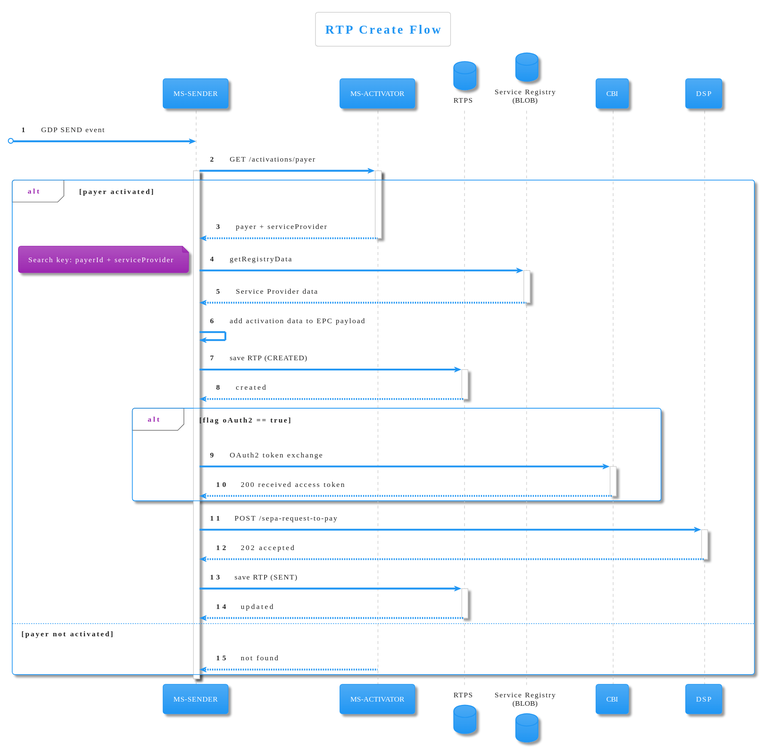
The PlantUML diagram diagrams/create-rtp.svg in pagopa/rtp-docs, before a commit.
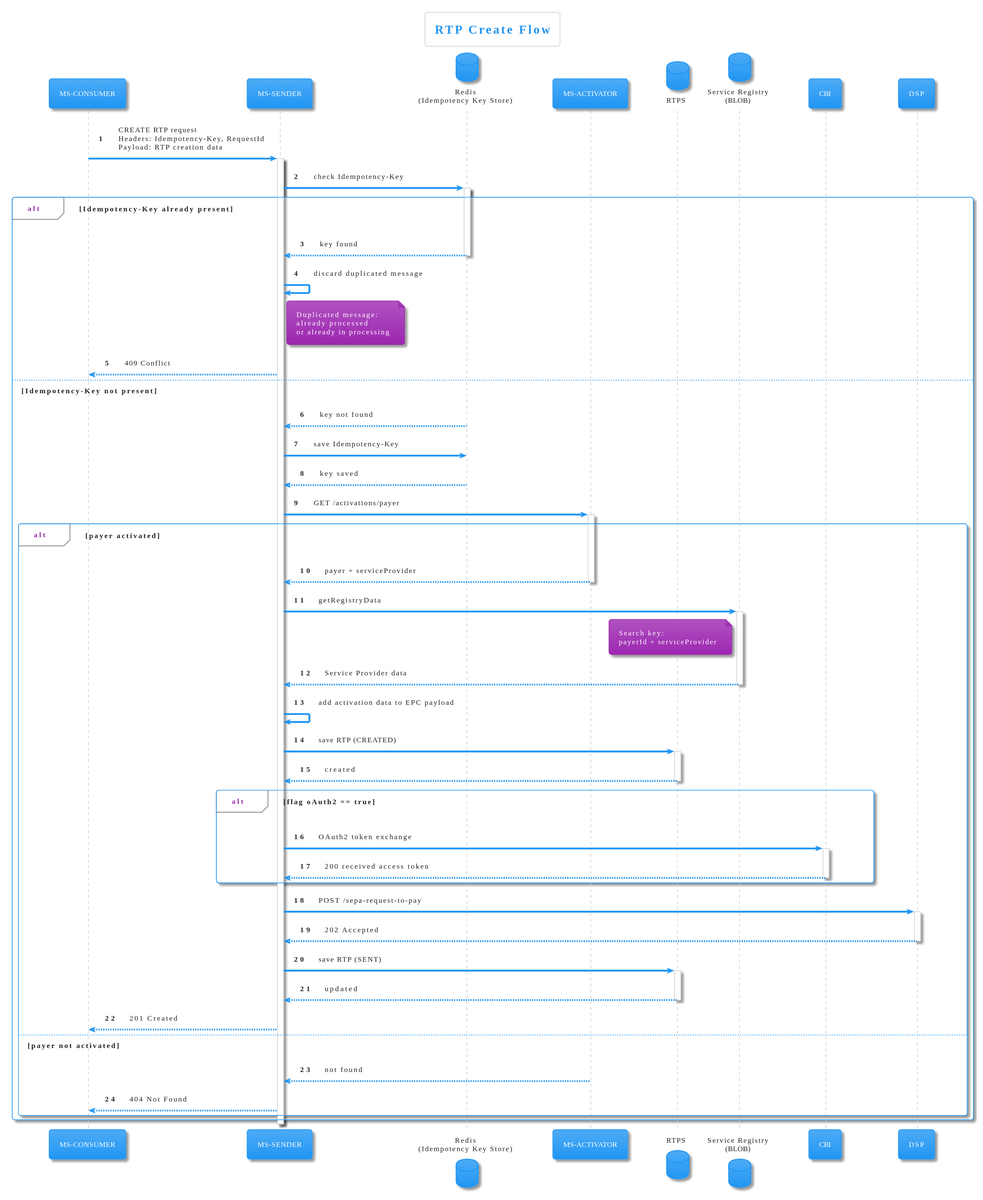
The same file after the commit.

Commit message:
feat: [SRTP-1566] Introduce idempotency handling for GDP message processing (#39)

Change to the diagram source:
```diff
@@ -4,7 +4,9 @@
 
 title RTP Create Flow
 
+participant "MS-CONSUMER" as CONSUMER
 participant "MS-SENDER" as SENDER
+database "Redis\n(Idempotency Key Store)" as REDIS
 participant "MS-ACTIVATOR" as GR
 database "RTPS" as SRTP
 database "Service Registry\n(BLOB)" as SR
@@ -13,51 +15,77 @@
 
 autonumber
 
-[o-> SENDER: GDP SEND event
+CONSUMER -> SENDER: CREATE RTP request\nHeaders: Idempotency-Key, RequestId\nPayload: RTP creation data
+activate SENDER
 
-SENDER -> GR: GET /activations/payer
-activate SENDER
-activate GR
+SENDER -> REDIS: check Idempotency-Key
+activate REDIS
 
-alt payer activated
-    GR --> SENDER: payer + serviceProvider
-    deactivate GR
+alt Idempotency-Key already present
+    REDIS --> SENDER: key found
+    deactivate REDIS
+    SENDER -> SENDER: discard duplicated message
+    note right of SENDER
+      Duplicated message:
+      already processed
+      or already in processing
+    end note
+    SENDER --> CONSUMER: 409 Conflict
 
+else Idempotency-Key not present
+    REDIS --> SENDER: key not found
+    SENDER -> REDIS: save Idempotency-Key
+    REDIS --> SENDER: key saved
+    deactivate REDIS
 
-    SENDER -> SR: getRegistryData
-    activate SR
-    note left: Search key: payerId + serviceProvider
-    SR --> SENDER: Service Provider data
-    deactivate SR
+    SENDER -> GR: GET /activations/payer
+    activate GR
 
-    SENDER -> SENDER: add activation data to EPC payload
+    alt payer activated
+        GR --> SENDER: payer + serviceProvider
+        deactivate GR
 
-    SENDER -> SRTP: save RTP (CREATED)
-    activate SRTP
-    SRTP --> SENDER: created
-    deactivate SRTP
+        SENDER -> SR: getRegistryData
+        activate SR
+        note left of SR
+          Search key:
+          payerId + serviceProvider
+        end note
+        SR --> SENDER: Service Provider data
+        deactivate SR
 
-    alt flag oAuth2 == true
-        SENDER -> CBI: OAuth2 token exchange
-        activate CBI
-        CBI --> SENDER: 200 received access token
-        deactivate CBI
+        SENDER -> SENDER: add activation data to EPC payload
+
+        SENDER -> SRTP: save RTP (CREATED)
+        activate SRTP
+        SRTP --> SENDER: created
+        deactivate SRTP
+
+        alt flag oAuth2 == true
+            SENDER -> CBI: OAuth2 token exchange
+            activate CBI
+            CBI --> SENDER: 200 received access token
+            deactivate CBI
+        end
+
+        SENDER -> DSP: POST /sepa-request-to-pay
+        activate DSP
+        DSP --> SENDER: 202 Accepted
+        deactivate DSP
+
+        SENDER -> SRTP: save RTP (SENT)
+        activate SRTP
+        SRTP --> SENDER: updated
+        deactivate SRTP
+
+        SENDER --> CONSUMER: 201 Created
+
+    else payer not activated
+        GR --> SENDER: not found
+        deactivate GR
+        SENDER --> CONSUMER: 404 Not Found
     end
-
-    SENDER -> DSP: POST /sepa-request-to-pay
-    activate DSP
-    DSP --> SENDER: 202 accepted
-    deactivate DSP
-
-    SENDER -> SRTP: save RTP (SENT)
-    activate SRTP
-    SRTP --> SENDER: updated
-    deactivate SRTP
-
-else payer not activated
-    GR --> SENDER: not found
 end
-
 
 deactivate SENDER
 @enduml
```
